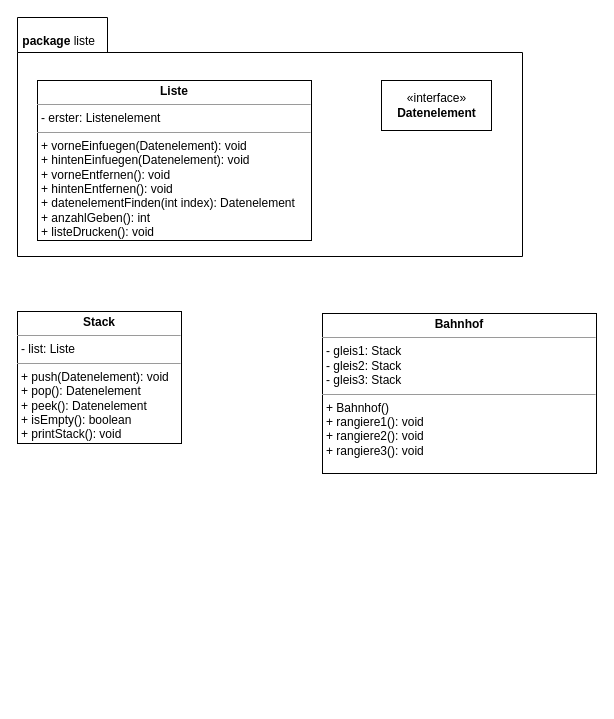
Before: page "Klassendiagramm" (1 of 2) of stack.drawio in JoernWVSG/diagram, a draw.io diagram. Source tidied: cells renumbered, new cells numbered last; positions are measured from the earlier drawing's top-left corner, leaving out a move shared by most shapes. Both pictures are drawn from the tidied source at 100%, with x=0, y=0 at pixel (17, 17).
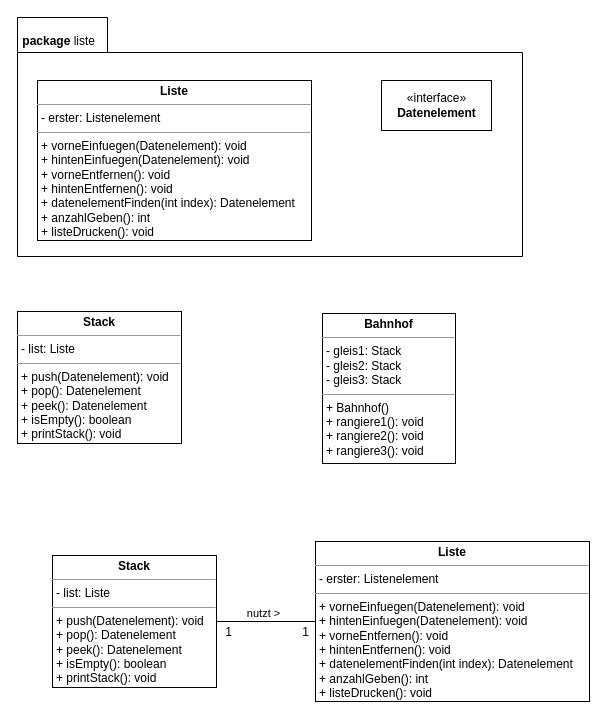
After the change.

Change to the diagram source:
```diff
@@
 <mxGraphModel>
   <root>
     <mxCell id="0" />
     <mxCell id="1" parent="0" />
     <mxCell id="2" value="&lt;p style=&quot;margin: 0px ; margin-top: 4px ; text-align: center&quot;&gt;&lt;b&gt;Liste&lt;/b&gt;&lt;/p&gt;&lt;hr size=&quot;1&quot;&gt;&lt;p style=&quot;margin: 0px ; margin-left: 4px&quot;&gt;- erster: Listenelement&lt;/p&gt;&lt;hr size=&quot;1&quot;&gt;&lt;p style=&quot;margin: 0px 0px 0px 4px&quot;&gt;+ vorneEinfuegen(Datenelement): void&lt;/p&gt;&lt;p style=&quot;margin: 0px 0px 0px 4px&quot;&gt;+ hintenEinfuegen(Datenelement): void&lt;/p&gt;&lt;p style=&quot;margin: 0px 0px 0px 4px&quot;&gt;+ vorneEntfernen(): void&lt;/p&gt;&lt;p style=&quot;margin: 0px 0px 0px 4px&quot;&gt;+ hintenEntfernen(): void&lt;/p&gt;&lt;p style=&quot;margin: 0px 0px 0px 4px&quot;&gt;+ datenelementFinden(int index): Datenelement&lt;br&gt;+ anzahlGeben(): int&lt;/p&gt;&lt;p style=&quot;margin: 0px 0px 0px 4px&quot;&gt;+ listeDrucken(): void&lt;/p&gt;" style="verticalAlign=top;align=left;overflow=fill;fontSize=12;fontFamily=Helvetica;html=1;" parent="1" vertex="1">
       <mxGeometry x="20" y="63" width="274" height="160" as="geometry" />
     </mxCell>
     <mxCell id="3" value="&amp;nbsp;package &lt;span style=&quot;font-weight: normal&quot;&gt;liste&lt;/span&gt;" style="shape=folder;fontStyle=1;spacingTop=10;tabWidth=90;tabHeight=35;tabPosition=left;html=1;fillColor=none;verticalAlign=top;align=left;" parent="1" vertex="1">
       <mxGeometry width="505" height="239" as="geometry" />
     </mxCell>
     <mxCell id="4" value="«interface»&lt;br&gt;&lt;b&gt;Datenelement&lt;/b&gt;" style="html=1;" parent="1" vertex="1">
       <mxGeometry x="364" y="63" width="110" height="50" as="geometry" />
     </mxCell>
     <mxCell id="5" value="&lt;p style=&quot;margin: 0px ; margin-top: 4px ; text-align: center&quot;&gt;&lt;b&gt;Stack&lt;/b&gt;&lt;/p&gt;&lt;hr size=&quot;1&quot;&gt;&lt;p style=&quot;margin: 0px ; margin-left: 4px&quot;&gt;- list: Liste&lt;/p&gt;&lt;hr size=&quot;1&quot;&gt;&lt;p style=&quot;margin: 0px 0px 0px 4px&quot;&gt;+ push(Datenelement): void&lt;/p&gt;&lt;p style=&quot;margin: 0px 0px 0px 4px&quot;&gt;+ pop(): Datenelement&lt;/p&gt;&lt;p style=&quot;margin: 0px 0px 0px 4px&quot;&gt;+ peek(): Datenelement&lt;/p&gt;&lt;p style=&quot;margin: 0px 0px 0px 4px&quot;&gt;+ isEmpty(): boolean&lt;/p&gt;&lt;p style=&quot;margin: 0px 0px 0px 4px&quot;&gt;+ printStack(): void&lt;br&gt;&lt;br&gt;&lt;/p&gt;" style="verticalAlign=top;align=left;overflow=fill;fontSize=12;fontFamily=Helvetica;html=1;" parent="1" vertex="1">
       <mxGeometry y="294" width="164" height="132" as="geometry" />
     </mxCell>
     <mxCell id="6" value="&lt;p style=&quot;margin: 0px ; margin-top: 4px ; text-align: center&quot;&gt;&lt;b&gt;Bahnhof&lt;/b&gt;&lt;/p&gt;&lt;hr size=&quot;1&quot;&gt;&lt;p style=&quot;margin: 0px ; margin-left: 4px&quot;&gt;- gleis1: Stack&lt;/p&gt;&lt;p style=&quot;margin: 0px ; margin-left: 4px&quot;&gt;- gleis2: Stack&lt;/p&gt;&lt;p style=&quot;margin: 0px ; margin-left: 4px&quot;&gt;- gleis3: Stack&lt;/p&gt;&lt;hr size=&quot;1&quot;&gt;&lt;p style=&quot;margin: 0px 0px 0px 4px&quot;&gt;+ Bahnhof()&lt;/p&gt;&lt;p style=&quot;margin: 0px 0px 0px 4px&quot;&gt;+ rangiere1(): void&lt;/p&gt;&lt;p style=&quot;margin: 0px 0px 0px 4px&quot;&gt;+ rangiere2(): void&lt;/p&gt;&lt;p style=&quot;margin: 0px 0px 0px 4px&quot;&gt;+ rangiere3(): void&lt;/p&gt;" style="verticalAlign=top;align=left;overflow=fill;fontSize=12;fontFamily=Helvetica;html=1;" parent="1" vertex="1">
-      <mxGeometry x="305" y="296" width="274" height="160" as="geometry" />
+      <mxGeometry x="305" y="296" width="133" height="150" as="geometry" />
     </mxCell>
+    <mxCell id="7" value="&lt;p style=&quot;margin: 0px ; margin-top: 4px ; text-align: center&quot;&gt;&lt;b&gt;Liste&lt;/b&gt;&lt;/p&gt;&lt;hr size=&quot;1&quot;&gt;&lt;p style=&quot;margin: 0px ; margin-left: 4px&quot;&gt;- erster: Listenelement&lt;/p&gt;&lt;hr size=&quot;1&quot;&gt;&lt;p style=&quot;margin: 0px 0px 0px 4px&quot;&gt;+ vorneEinfuegen(Datenelement): void&lt;/p&gt;&lt;p style=&quot;margin: 0px 0px 0px 4px&quot;&gt;+ hintenEinfuegen(Datenelement): void&lt;/p&gt;&lt;p style=&quot;margin: 0px 0px 0px 4px&quot;&gt;+ vorneEntfernen(): void&lt;/p&gt;&lt;p style=&quot;margin: 0px 0px 0px 4px&quot;&gt;+ hintenEntfernen(): void&lt;/p&gt;&lt;p style=&quot;margin: 0px 0px 0px 4px&quot;&gt;+ datenelementFinden(int index): Datenelement&lt;br&gt;+ anzahlGeben(): int&lt;/p&gt;&lt;p style=&quot;margin: 0px 0px 0px 4px&quot;&gt;+ listeDrucken(): void&lt;/p&gt;" style="verticalAlign=top;align=left;overflow=fill;fontSize=12;fontFamily=Helvetica;html=1;" parent="1" vertex="1">
+      <mxGeometry x="298" y="524" width="274" height="160" as="geometry" />
+    </mxCell>
+    <mxCell id="8" style="edgeStyle=orthogonalEdgeStyle;rounded=0;jettySize=auto;html=1;endArrow=none;endFill=0;" parent="1" edge="1" source="10" target="7">
+      <mxGeometry relative="1" as="geometry" />
+    </mxCell>
+    <mxCell id="9" value="nutzt &amp;gt;" style="edgeLabel;html=1;align=center;verticalAlign=middle;" parent="8" vertex="1">
+      <mxGeometry x="-0.25" relative="1" as="geometry">
+        <mxPoint x="9" y="-9" as="offset" />
+      </mxGeometry>
+    </mxCell>
+    <mxCell id="10" value="&lt;p style=&quot;margin: 0px ; margin-top: 4px ; text-align: center&quot;&gt;&lt;b&gt;Stack&lt;/b&gt;&lt;/p&gt;&lt;hr size=&quot;1&quot;&gt;&lt;p style=&quot;margin: 0px ; margin-left: 4px&quot;&gt;- list: Liste&lt;/p&gt;&lt;hr size=&quot;1&quot;&gt;&lt;p style=&quot;margin: 0px 0px 0px 4px&quot;&gt;+ push(Datenelement): void&lt;/p&gt;&lt;p style=&quot;margin: 0px 0px 0px 4px&quot;&gt;+ pop(): Datenelement&lt;/p&gt;&lt;p style=&quot;margin: 0px 0px 0px 4px&quot;&gt;+ peek(): Datenelement&lt;/p&gt;&lt;p style=&quot;margin: 0px 0px 0px 4px&quot;&gt;+ isEmpty(): boolean&lt;/p&gt;&lt;p style=&quot;margin: 0px 0px 0px 4px&quot;&gt;+ printStack(): void&lt;br&gt;&lt;br&gt;&lt;/p&gt;" style="verticalAlign=top;align=left;overflow=fill;fontSize=12;fontFamily=Helvetica;html=1;" parent="1" vertex="1">
+      <mxGeometry x="35" y="538" width="164" height="132" as="geometry" />
+    </mxCell>
+    <mxCell id="11" value="1" style="text;html=1;align=center;verticalAlign=middle;strokeColor=none;fillColor=none;" parent="1" vertex="1">
+      <mxGeometry x="202" y="606" width="17" height="18" as="geometry" />
+    </mxCell>
+    <mxCell id="12" value="1" style="text;html=1;align=center;verticalAlign=middle;strokeColor=none;fillColor=none;" parent="1" vertex="1">
+      <mxGeometry x="279" y="606" width="17" height="18" as="geometry" />
+    </mxCell>
   </root>
 </mxGraphModel>
```
